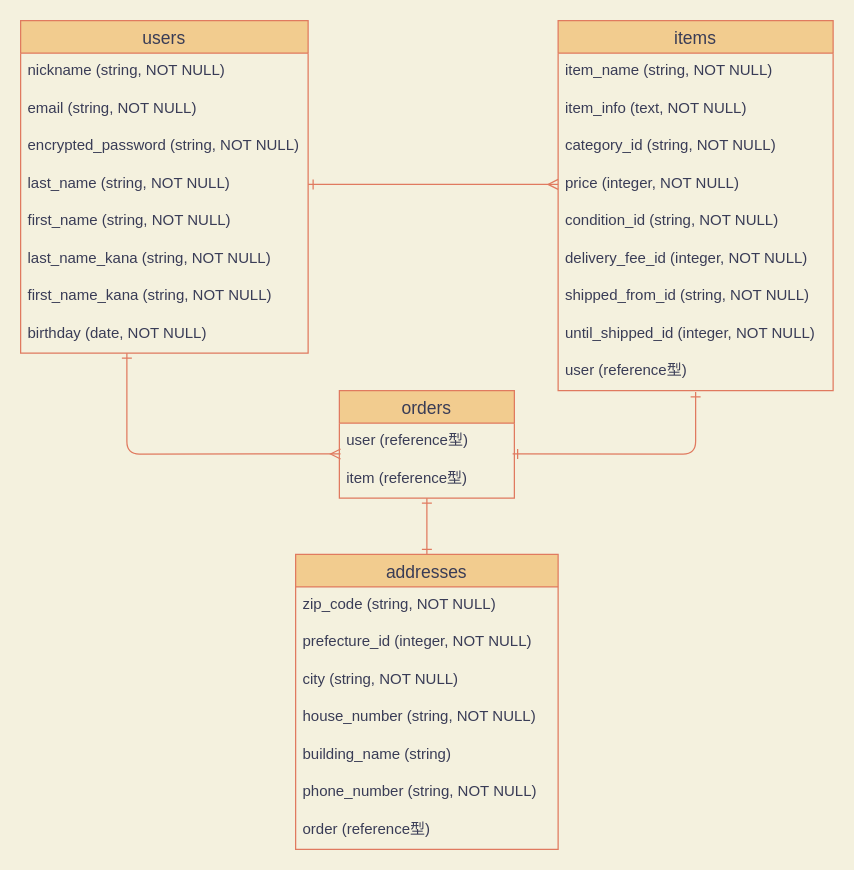
Before: furima.dio in yesiamhayato/furima-32120, a draw.io diagram. Source tidied: cells renumbered, new cells numbered last; positions are measured from the earlier drawing's top-left corner, leaving out a move shared by most shapes. Both pictures are drawn from the tidied source at 125%, with x=0, y=0 at pixel (20, 20).
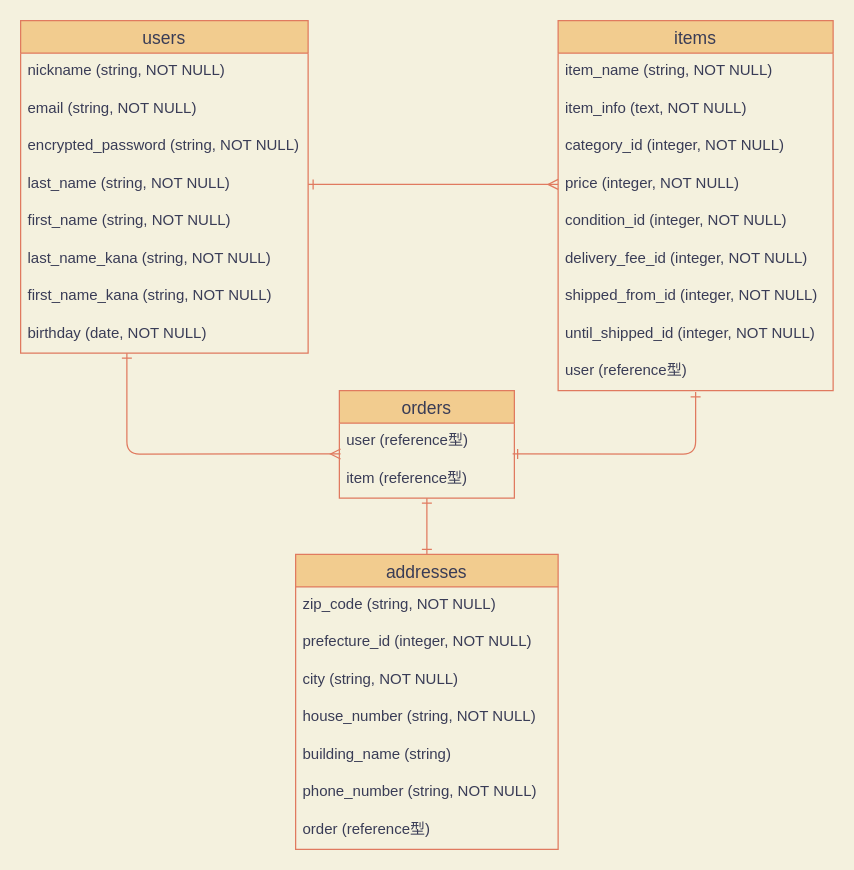
After the change.

The change refers to these unchanged cells:
```xml
<mxCell id="4" value="items" style="swimlane;fontStyle=0;horizontal=1;startSize=26;align=center;fontSize=14;fillColor=#F2CC8F;strokeColor=#E07A5F;fontColor=#393C56;" parent="1" vertex="1">
  <mxGeometry x="430" width="220" height="296" as="geometry" />
</mxCell>
```

The edit, as a diff of the source:
```diff
@@
-    <mxCell id="7" value="category_id (string, NOT NULL)" style="text;strokeColor=none;fillColor=none;spacingLeft=4;spacingRight=4;overflow=hidden;fontSize=12;fontColor=#393C56;" parent="4" vertex="1">
+    <mxCell id="7" value="category_id (integer, NOT NULL)" style="text;strokeColor=none;fillColor=none;spacingLeft=4;spacingRight=4;overflow=hidden;fontSize=12;fontColor=#393C56;" parent="4" vertex="1">
       <mxGeometry y="86" width="220" height="30" as="geometry" />
     </mxCell>
@@
-    <mxCell id="9" value="condition_id (string, NOT NULL)" style="text;strokeColor=none;fillColor=none;spacingLeft=4;spacingRight=4;overflow=hidden;fontSize=12;fontColor=#393C56;" parent="4" vertex="1">
+    <mxCell id="9" value="condition_id (integer, NOT NULL)" style="text;strokeColor=none;fillColor=none;spacingLeft=4;spacingRight=4;overflow=hidden;fontSize=12;fontColor=#393C56;" parent="4" vertex="1">
       <mxGeometry y="146" width="220" height="30" as="geometry" />
     </mxCell>
@@
-    <mxCell id="11" value="shipped_from_id (string, NOT NULL)" style="text;strokeColor=none;fillColor=none;spacingLeft=4;spacingRight=4;overflow=hidden;fontSize=12;fontColor=#393C56;" parent="4" vertex="1">
+    <mxCell id="11" value="shipped_from_id (integer, NOT NULL)" style="text;strokeColor=none;fillColor=none;spacingLeft=4;spacingRight=4;overflow=hidden;fontSize=12;fontColor=#393C56;" parent="4" vertex="1">
       <mxGeometry y="206" width="220" height="30" as="geometry" />
     </mxCell>
```
